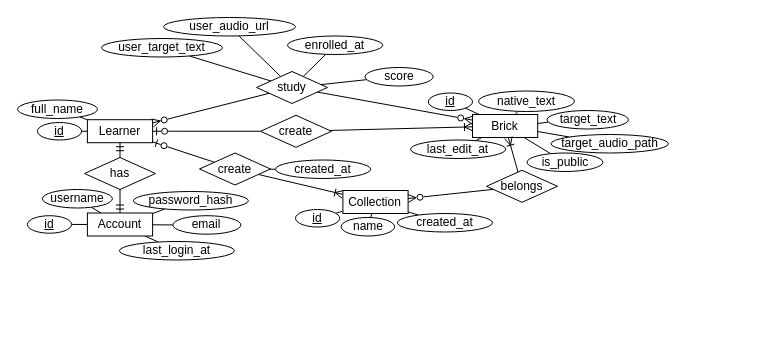
Above: database_design/erd_lisenare.drawio in hellophucnguyenhoang/lisenare (draw.io), before the change. Source tidied: cells renumbered, new cells numbered last; positions are measured from the earlier drawing's top-left corner, leaving out a move shared by most shapes. Both pictures are drawn from the tidied source at 100%, with x=0, y=0 at pixel (17, 17).
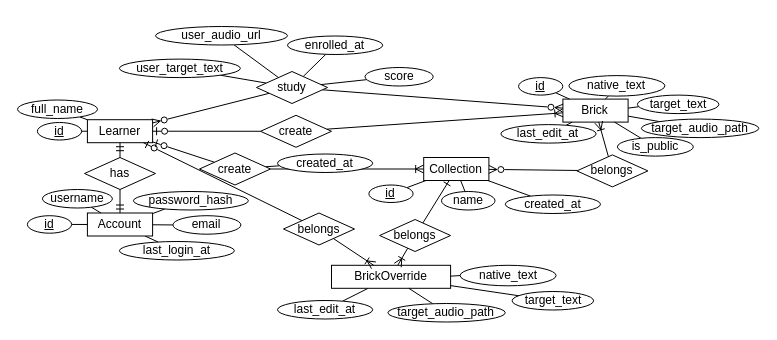
After the change.

Unchanged cells that the change refers to:
```xml
<mxCell id="2" value="Learner" style="whiteSpace=wrap;html=1;align=center;" parent="1" vertex="1">
  <mxGeometry x="69.9" y="102.2" width="65.2" height="23" as="geometry" />
</mxCell>
```

Change to the diagram source:
```diff
@@
     <mxCell id="8" value="Brick" style="whiteSpace=wrap;html=1;align=center;" parent="1" vertex="1">
-      <mxGeometry x="455" y="97" width="65.2" height="23" as="geometry" />
+      <mxGeometry x="545.4" y="81.6" width="65.2" height="23" as="geometry" />
     </mxCell>
@@
     <mxCell id="10" value="native_text" style="ellipse;whiteSpace=wrap;html=1;align=center;" parent="1" vertex="1">
-      <mxGeometry x="461" y="73.5" width="96" height="20.5" as="geometry" />
+      <mxGeometry x="551.4" y="58.1" width="96" height="20.5" as="geometry" />
     </mxCell>
@@
     <mxCell id="12" value="target_text" style="ellipse;whiteSpace=wrap;html=1;align=center;" parent="1" vertex="1">
-      <mxGeometry x="529.5" y="93" width="81.5" height="18.5" as="geometry" />
+      <mxGeometry x="619.9" y="77.6" width="81.5" height="18.5" as="geometry" />
     </mxCell>
@@
     <mxCell id="14" value="id" style="ellipse;whiteSpace=wrap;html=1;align=center;fontStyle=4;" parent="1" vertex="1">
-      <mxGeometry x="410.8" y="75.5" width="44.2" height="17.5" as="geometry" />
+      <mxGeometry x="501.1" y="60.1" width="44.2" height="17.5" as="geometry" />
     </mxCell>
@@
     <mxCell id="16" value="target_audio_path" style="ellipse;whiteSpace=wrap;html=1;align=center;" parent="1" vertex="1">
-      <mxGeometry x="533.5" y="117" width="117.4" height="18.5" as="geometry" />
+      <mxGeometry x="623.9" y="101.6" width="117.4" height="18.5" as="geometry" />
     </mxCell>
@@
     <mxCell id="18" value="is_public" style="ellipse;whiteSpace=wrap;html=1;align=center;" parent="1" vertex="1">
-      <mxGeometry x="509.5" y="135.5" width="75.9" height="18.5" as="geometry" />
+      <mxGeometry x="599.9" y="120.1" width="75.9" height="18.5" as="geometry" />
     </mxCell>
@@
     <mxCell id="25" value="user_target_text" style="ellipse;whiteSpace=wrap;html=1;align=center;" parent="1" vertex="1">
-      <mxGeometry x="84" y="21" width="121" height="18.5" as="geometry" />
+      <mxGeometry x="101.9" y="41.6" width="121" height="18.5" as="geometry" />
     </mxCell>
     <mxCell id="26" value="user_audio_url" style="ellipse;whiteSpace=wrap;html=1;align=center;" parent="1" vertex="1">
-      <mxGeometry x="146" width="132" height="18.5" as="geometry" />
+      <mxGeometry x="138" y="9" width="132" height="18.5" as="geometry" />
     </mxCell>
@@
     <mxCell id="32" value="created_at" style="ellipse;whiteSpace=wrap;html=1;align=center;" parent="1" vertex="1">
-      <mxGeometry x="258" y="142.5" width="95.2" height="18.5" as="geometry" />
+      <mxGeometry x="260" y="136.5" width="95.2" height="18.5" as="geometry" />
     </mxCell>
@@
     <mxCell id="48" value="Collection" style="whiteSpace=wrap;html=1;align=center;" parent="1" vertex="1">
-      <mxGeometry x="325.4" y="173" width="65.2" height="23" as="geometry" />
+      <mxGeometry x="406.2" y="140" width="65.2" height="23" as="geometry" />
     </mxCell>
@@
     <mxCell id="50" value="name" style="ellipse;whiteSpace=wrap;html=1;align=center;" parent="1" vertex="1">
-      <mxGeometry x="323.6" y="200" width="53.5" height="18.5" as="geometry" />
+      <mxGeometry x="424" y="174" width="53.5" height="18.5" as="geometry" />
     </mxCell>
@@
     <mxCell id="52" value="id" style="ellipse;whiteSpace=wrap;html=1;align=center;fontStyle=4;" parent="1" vertex="1">
-      <mxGeometry x="278" y="192" width="44.2" height="17.5" as="geometry" />
+      <mxGeometry x="351.4" y="167.5" width="44.2" height="17.5" as="geometry" />
     </mxCell>
@@
     <mxCell id="55" value="belongs" style="shape=rhombus;perimeter=rhombusPerimeter;whiteSpace=wrap;html=1;align=center;" parent="1" vertex="1">
-      <mxGeometry x="469" y="152.8" width="71" height="32" as="geometry" />
+      <mxGeometry x="559.4" y="137.4" width="71" height="32" as="geometry" />
     </mxCell>
     <mxCell id="56" value="created_at" style="ellipse;whiteSpace=wrap;html=1;align=center;" parent="1" vertex="1">
-      <mxGeometry x="379.8" y="196" width="95.2" height="18.5" as="geometry" />
+      <mxGeometry x="487.8" y="177.5" width="95.2" height="18.5" as="geometry" />
     </mxCell>
     <mxCell id="57" value="last_edit_at" style="ellipse;whiteSpace=wrap;html=1;align=center;" parent="1" vertex="1">
-      <mxGeometry x="393" y="122.5" width="95.2" height="18.5" as="geometry" />
+      <mxGeometry x="483.4" y="107.1" width="95.2" height="18.5" as="geometry" />
     </mxCell>
@@
+    <mxCell id="63" style="rounded=0;jettySize=auto;html=1;endArrow=none;endFill=0;" parent="1" edge="1" source="64" target="73">
+      <mxGeometry relative="1" as="geometry" />
+    </mxCell>
+    <mxCell id="64" value="BrickOverride" style="whiteSpace=wrap;html=1;align=center;" parent="1" vertex="1">
+      <mxGeometry x="314" y="247.8" width="119.1" height="23" as="geometry" />
+    </mxCell>
+    <mxCell id="65" style="rounded=0;jettySize=auto;html=1;endArrow=none;endFill=0;" parent="1" edge="1" source="66" target="64">
+      <mxGeometry relative="1" as="geometry" />
+    </mxCell>
+    <mxCell id="66" value="native_text" style="ellipse;whiteSpace=wrap;html=1;align=center;" parent="1" vertex="1">
+      <mxGeometry x="442.6" y="247.8" width="96" height="20.5" as="geometry" />
+    </mxCell>
+    <mxCell id="67" style="rounded=0;jettySize=auto;html=1;endArrow=none;endFill=0;" parent="1" edge="1" source="68" target="64">
+      <mxGeometry relative="1" as="geometry" />
+    </mxCell>
+    <mxCell id="68" value="target_text" style="ellipse;whiteSpace=wrap;html=1;align=center;" parent="1" vertex="1">
+      <mxGeometry x="494.6" y="274" width="81.5" height="18.5" as="geometry" />
+    </mxCell>
+    <mxCell id="69" style="rounded=0;jettySize=auto;html=1;endArrow=none;endFill=0;" parent="1" edge="1" source="70" target="64">
+      <mxGeometry relative="1" as="geometry" />
+    </mxCell>
+    <mxCell id="70" value="target_audio_path" style="ellipse;whiteSpace=wrap;html=1;align=center;" parent="1" vertex="1">
+      <mxGeometry x="370.4" y="286" width="117.4" height="18.5" as="geometry" />
+    </mxCell>
+    <mxCell id="71" style="rounded=0;jettySize=auto;html=1;endArrow=ERoneToMany;endFill=0;" parent="1" edge="1" source="72" target="64">
+      <mxGeometry relative="1" as="geometry" />
+    </mxCell>
+    <mxCell id="72" value="belongs" style="shape=rhombus;perimeter=rhombusPerimeter;whiteSpace=wrap;html=1;align=center;" parent="1" vertex="1">
+      <mxGeometry x="362.1" y="202" width="71" height="32" as="geometry" />
+    </mxCell>
+    <mxCell id="73" value="last_edit_at" style="ellipse;whiteSpace=wrap;html=1;align=center;" parent="1" vertex="1">
+      <mxGeometry x="260" y="283" width="95.2" height="18.5" as="geometry" />
+    </mxCell>
+    <mxCell id="74" style="rounded=0;jettySize=auto;html=1;endArrow=ERone;endFill=0;" parent="1" edge="1" source="72" target="48">
+      <mxGeometry relative="1" as="geometry" />
+    </mxCell>
+    <mxCell id="75" style="rounded=0;jettySize=auto;html=1;endArrow=ERoneToMany;endFill=0;" parent="1" edge="1" source="77" target="64">
+      <mxGeometry relative="1" as="geometry" />
+    </mxCell>
+    <mxCell id="76" style="rounded=0;jettySize=auto;html=1;endArrow=ERzeroToOne;endFill=0;" parent="1" edge="1" source="77" target="2">
+      <mxGeometry relative="1" as="geometry" />
+    </mxCell>
+    <mxCell id="77" value="belongs" style="shape=rhombus;perimeter=rhombusPerimeter;whiteSpace=wrap;html=1;align=center;" parent="1" vertex="1">
+      <mxGeometry x="266" y="195.5" width="71" height="32" as="geometry" />
+    </mxCell>
```
